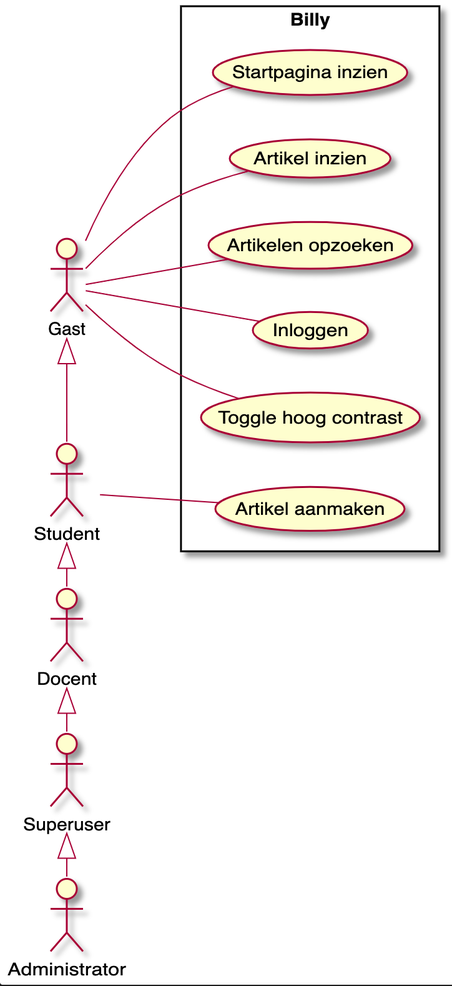
The PlantUML diagram documentation/uml/use-case/use-case.png in software-strijders/billy, before a commit. Its source is kept beside it as documentation/uml/use-case/use-case.plantuml.
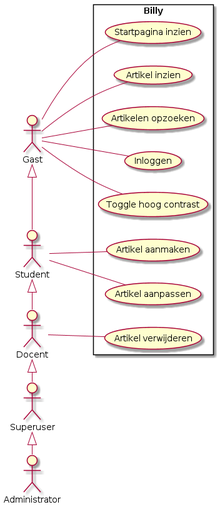
Later version of the same file.

Commit message:
Update usecase diagram

The edit, as a diff of the source:
```diff
@@ -9,6 +9,8 @@
   usecase "Inloggen" as UC4
   usecase "Toggle hoog contrast" as UC5
   usecase "Artikel aanmaken" as UC6
+  usecase "Artikel aanpassen" as UC7
+  usecase "Artikel verwijderen" as UC8
 }
 
 actor Gast as g
@@ -26,8 +28,10 @@
 
 s <|-right- d
 s -- UC6
+s -- UC7
 
 d <|-right- su
+d -- UC8
 
 su <|-right- a
 
```
